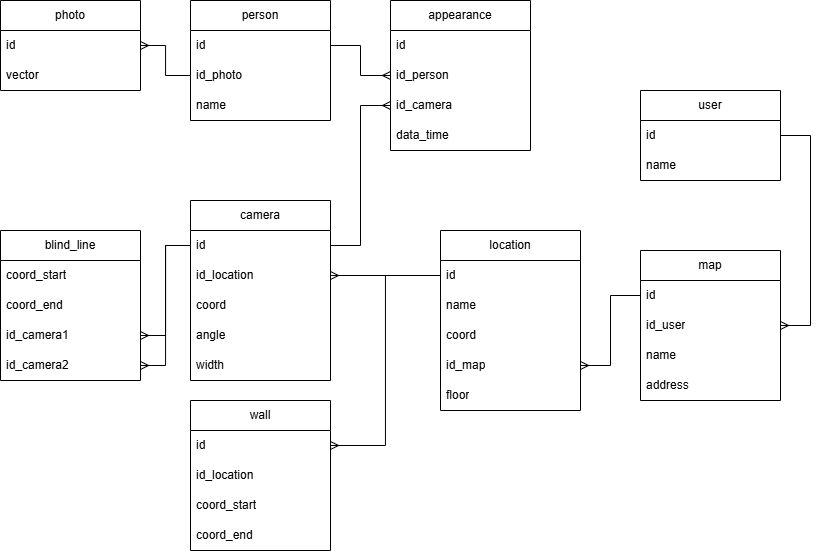
The draw.io diagram database/databaseDiagramForSumPrac2.png in NastyaKuznet/CameraNavigationSummerPractic, before a commit. Source tidied: cells renumbered, new cells last; positions are measured from the earlier drawing's top-left corner, leaving out a move shared by most shapes.
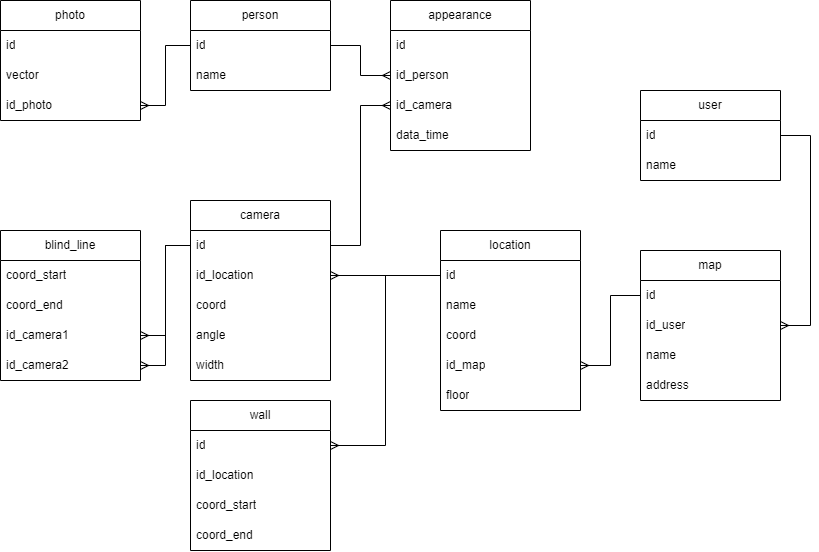
After the change.

Commit message:
corrected photo and person tables

Diff of the diagram source:
```diff
@@ -3,7 +3,7 @@
     <mxCell id="0" />
     <mxCell id="1" parent="0" />
     <mxCell id="2" value="photo" style="swimlane;fontStyle=0;horizontal=1;startSize=30;whiteSpace=wrap;html=1;" parent="1" vertex="1">
-      <mxGeometry width="140" height="90" as="geometry" />
+      <mxGeometry width="140" height="120" as="geometry" />
     </mxCell>
     <mxCell id="3" value="id" style="text;strokeColor=none;fillColor=none;align=left;verticalAlign=middle;spacingLeft=4;spacingRight=4;overflow=hidden;points=[[0,0.5],[1,0.5]];portConstraint=eastwest;whiteSpace=wrap;html=1;" parent="2" vertex="1">
       <mxGeometry y="30" width="140" height="30" as="geometry" />
@@ -11,17 +11,17 @@
     <mxCell id="4" value="vector" style="text;strokeColor=none;fillColor=none;align=left;verticalAlign=middle;spacingLeft=4;spacingRight=4;overflow=hidden;whiteSpace=wrap;html=1;" parent="2" vertex="1">
       <mxGeometry y="60" width="140" height="30" as="geometry" />
     </mxCell>
+    <mxCell id="7" value="id_photo" style="text;strokeColor=none;fillColor=none;align=left;verticalAlign=middle;spacingLeft=4;spacingRight=4;overflow=hidden;points=[[0,0.5],[1,0.5]];portConstraint=eastwest;whiteSpace=wrap;html=1;" parent="2" vertex="1">
+      <mxGeometry y="90" width="140" height="30" as="geometry" />
+    </mxCell>
     <mxCell id="5" value="person" style="swimlane;fontStyle=0;horizontal=1;startSize=30;whiteSpace=wrap;html=1;" parent="1" vertex="1">
-      <mxGeometry x="190" width="140" height="120" as="geometry" />
+      <mxGeometry x="190" width="140" height="90" as="geometry" />
     </mxCell>
     <mxCell id="6" value="id" style="text;strokeColor=none;fillColor=none;align=left;verticalAlign=middle;spacingLeft=4;spacingRight=4;overflow=hidden;points=[[0,0.5],[1,0.5]];portConstraint=eastwest;whiteSpace=wrap;html=1;" parent="5" vertex="1">
       <mxGeometry y="30" width="140" height="30" as="geometry" />
     </mxCell>
-    <mxCell id="7" value="id_photo" style="text;strokeColor=none;fillColor=none;align=left;verticalAlign=middle;spacingLeft=4;spacingRight=4;overflow=hidden;points=[[0,0.5],[1,0.5]];portConstraint=eastwest;whiteSpace=wrap;html=1;" parent="5" vertex="1">
-      <mxGeometry y="60" width="140" height="30" as="geometry" />
-    </mxCell>
     <mxCell id="8" value="name" style="text;strokeColor=none;fillColor=none;align=left;verticalAlign=middle;spacingLeft=4;spacingRight=4;overflow=hidden;whiteSpace=wrap;html=1;" parent="5" vertex="1">
-      <mxGeometry y="90" width="140" height="30" as="geometry" />
+      <mxGeometry y="60" width="140" height="30" as="geometry" />
     </mxCell>
     <mxCell id="9" value="appearance" style="swimlane;fontStyle=0;horizontal=1;startSize=30;whiteSpace=wrap;html=1;" parent="1" vertex="1">
       <mxGeometry x="390" width="140" height="150" as="geometry" />
@@ -38,7 +38,7 @@
     <mxCell id="13" value="data_time" style="text;strokeColor=none;fillColor=none;align=left;verticalAlign=middle;spacingLeft=4;spacingRight=4;overflow=hidden;whiteSpace=wrap;html=1;" parent="9" vertex="1">
       <mxGeometry y="120" width="140" height="30" as="geometry" />
     </mxCell>
-    <mxCell id="14" style="edgeStyle=orthogonalEdgeStyle;rounded=0;jettySize=auto;html=1;endArrow=ERmany;endFill=0;" parent="1" edge="1" source="7" target="3">
+    <mxCell id="14" style="edgeStyle=orthogonalEdgeStyle;rounded=0;jettySize=auto;html=1;endArrow=ERmany;endFill=0;exitX=0;exitY=0.5;exitDx=0;exitDy=0;entryX=1;entryY=0.5;entryDx=0;entryDy=0;" parent="1" edge="1" source="6" target="7">
       <mxGeometry relative="1" as="geometry" />
     </mxCell>
     <mxCell id="15" style="edgeStyle=orthogonalEdgeStyle;rounded=0;jettySize=auto;html=1;entryX=0;entryY=0.5;entryDx=0;entryDy=0;endArrow=ERmany;endFill=0;" parent="1" edge="1" source="6" target="11">
```
